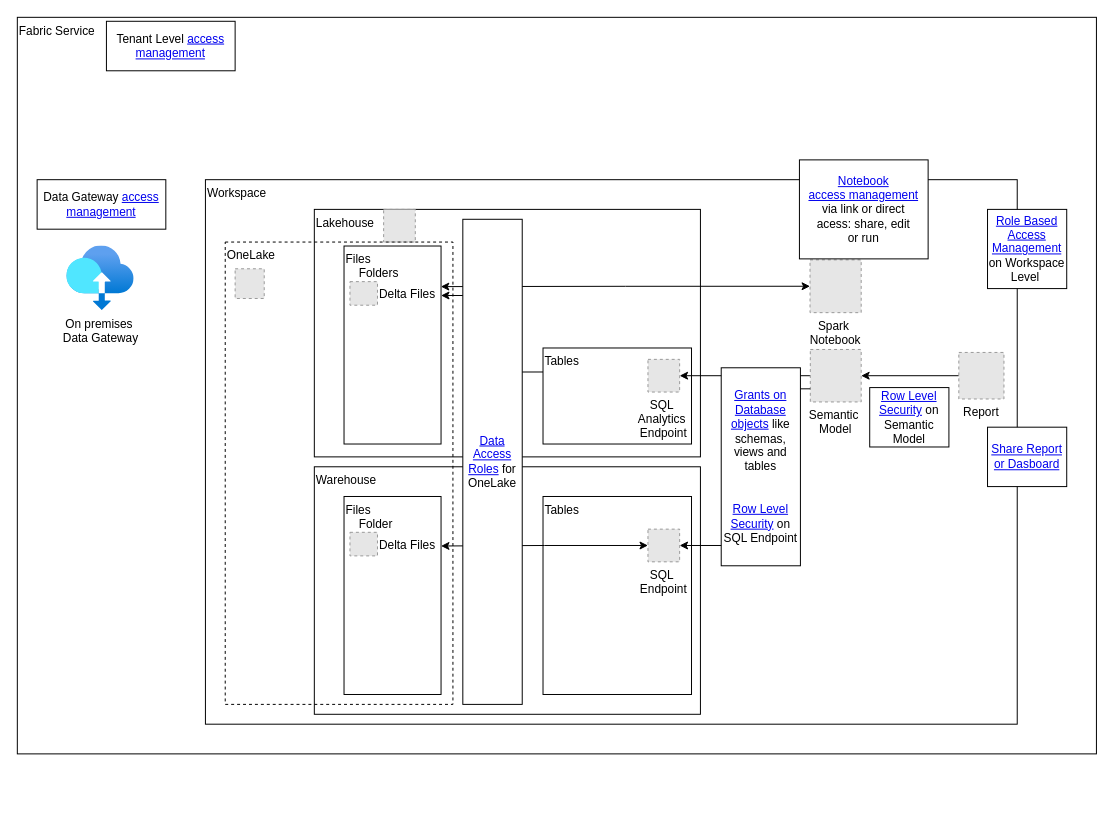
The draw.io diagram page "Access Management" (6 of 8) of Fabric.drawio in jugi92/useful_architectures, before the edit. Source tidied: cells renumbered, new cells numbered last; positions are measured from the earlier drawing's top-left corner, leaving out a move shared by most shapes. Both pictures are drawn from the tidied source at 99%, with x=0, y=0 at pixel (17, 17). Pictures stored in the file or linked from it are replaced by grey dashed boxes.
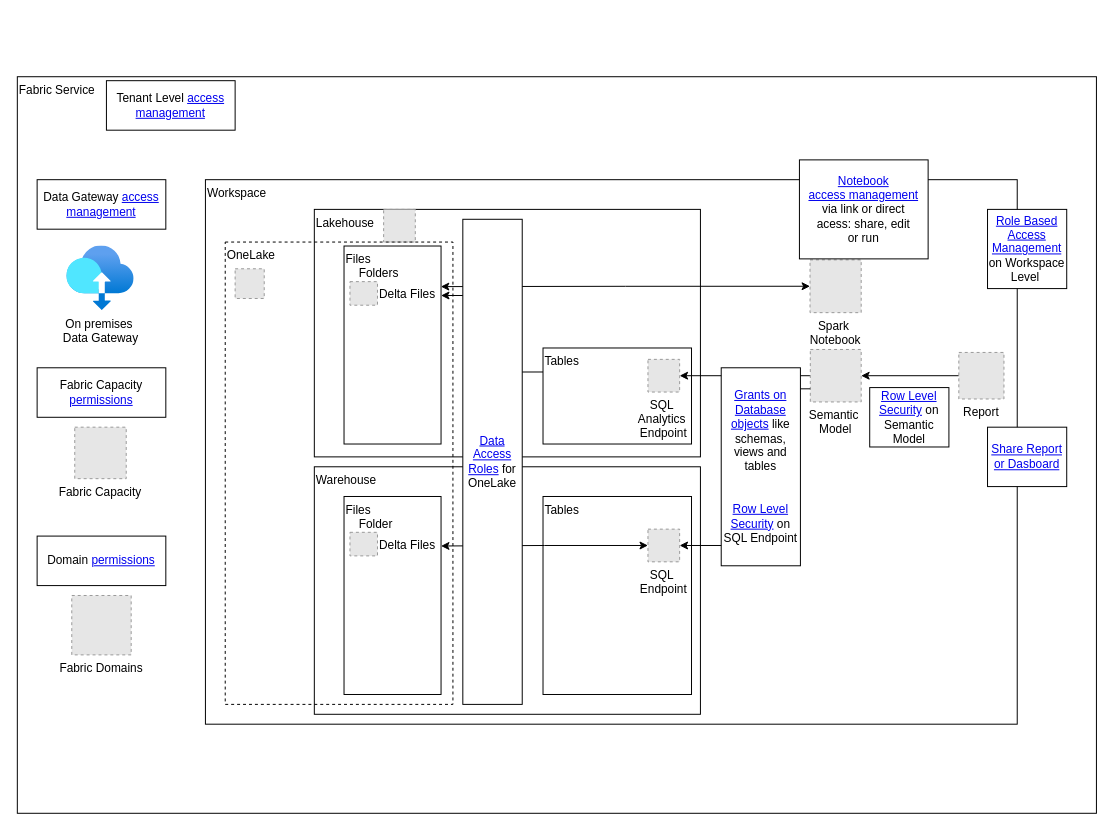
After the change.

What changed in the source:
```diff
@@
     <mxCell id="2" value="Fabric Service" style="rounded=0;whiteSpace=wrap;html=1;align=left;verticalAlign=top;" parent="1" vertex="1">
-      <mxGeometry width="1090" height="744" as="geometry" />
+      <mxGeometry y="60" width="1090" height="744" as="geometry" />
     </mxCell>
@@
+    <mxCell id="37" value="Fabric Capacity" style="fillColor=#E6E6E6;strokeColor=#999999;dashed=1;verticalLabelPosition=bottom;verticalAlign=top;" parent="1" vertex="1">
+      <mxGeometry x="58" y="414" width="52" height="52" as="geometry" />
+    </mxCell>
@@
     <mxCell id="36" value="Tenant Level&amp;nbsp;&lt;a href=&quot;https://learn.microsoft.com/en-gb/data-integration/gateway/manage-security-roles&quot;&gt;access management&lt;/a&gt;" style="rounded=0;whiteSpace=wrap;html=1;" parent="32" vertex="1">
-      <mxGeometry x="90" y="4" width="130" height="50" as="geometry" />
+      <mxGeometry x="90" y="64" width="130" height="50" as="geometry" />
     </mxCell>
+    <mxCell id="38" value="Fabric Capacity &lt;a href=&quot;https://learn.microsoft.com/en-us/fabric/admin/capacity-settings?tabs=fabric-capacity#capacity-settings&quot;&gt;permissions&lt;/a&gt;" style="rounded=0;whiteSpace=wrap;html=1;" parent="32" vertex="1">
+      <mxGeometry x="20" y="354" width="130" height="50" as="geometry" />
+    </mxCell>
+    <mxCell id="39" value="Domain &lt;a href=&quot;https://learn.microsoft.com/en-us/fabric/governance/domains#configure-domain-settings&quot;&gt;permissions&lt;/a&gt;" style="rounded=0;whiteSpace=wrap;html=1;" parent="32" vertex="1">
+      <mxGeometry x="20" y="524" width="130" height="50" as="geometry" />
+    </mxCell>
+    <mxCell id="40" value="Fabric Domains" style="fillColor=#E6E6E6;strokeColor=#999999;dashed=1;verticalLabelPosition=bottom;labelBackgroundColor=default;verticalAlign=top;" parent="32" vertex="1">
+      <mxGeometry x="55" y="584" width="60" height="60" as="geometry" />
+    </mxCell>
```
